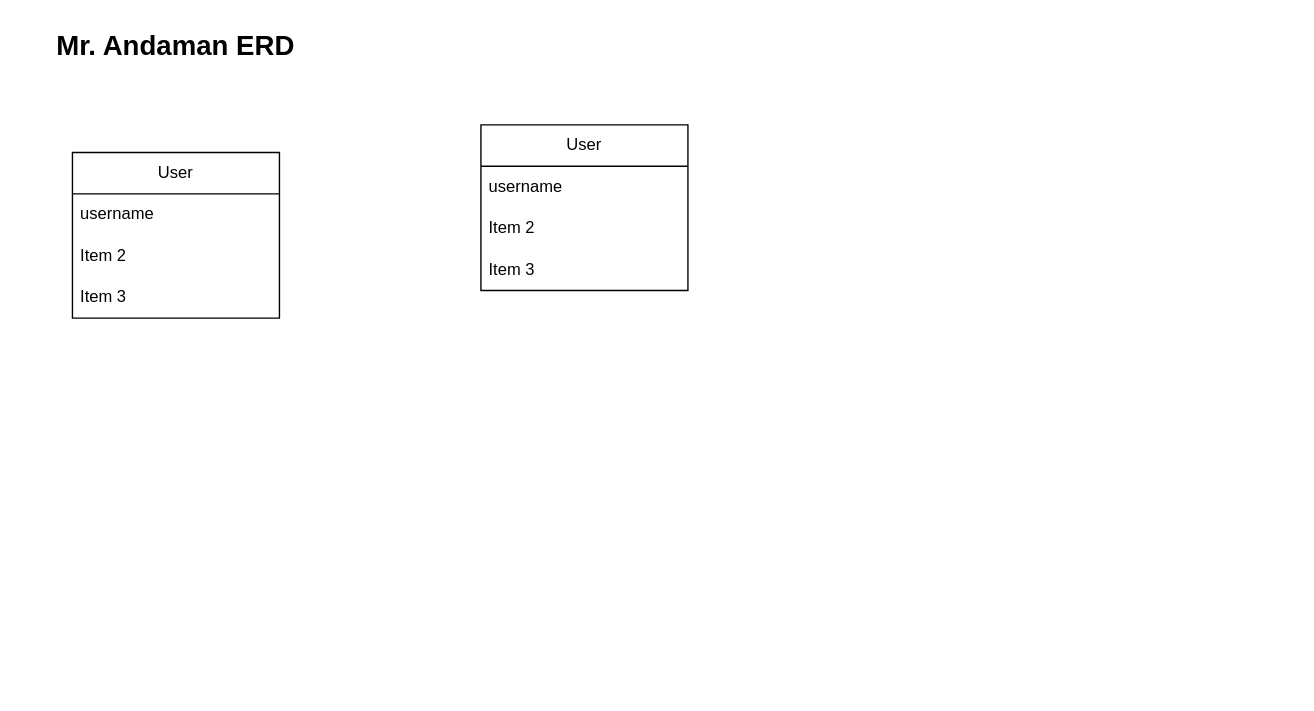
Earlier version of the draw.io diagram mr-andamam-ERD.drawio (thesun7385/Mr.-Andaman). Source tidied: cells renumbered, new cells numbered last; positions are measured from the earlier drawing's top-left corner, leaving out a move shared by most shapes. Both pictures are drawn from the tidied source at 138%, with x=0, y=0 at pixel (23, 23).
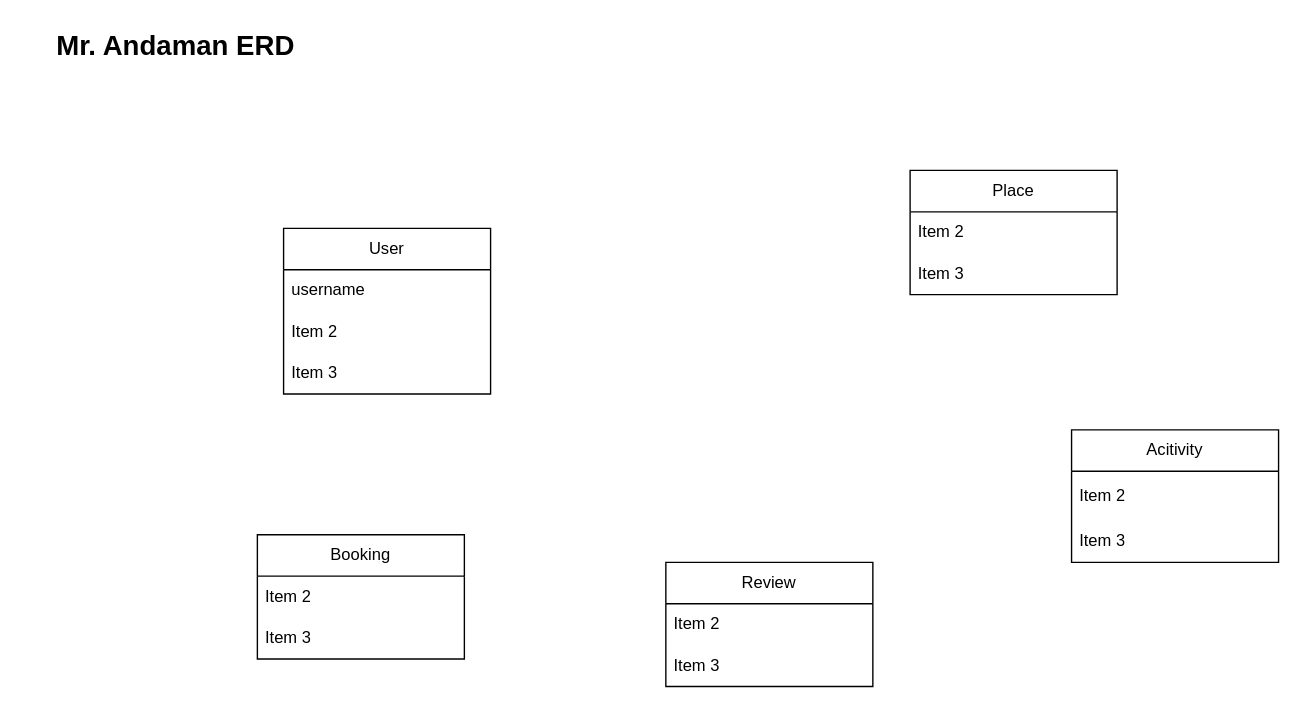
The same page after the edit.

Change to the diagram source:
```diff
@@
     <mxCell id="2" value="User" style="swimlane;fontStyle=0;horizontal=1;startSize=30;whiteSpace=wrap;html=1;" parent="1" vertex="1">
-      <mxGeometry x="35" y="93" width="150" height="120" as="geometry" />
+      <mxGeometry x="188" y="148" width="150" height="120" as="geometry" />
     </mxCell>
@@
-    <mxCell id="7" value="User" style="swimlane;fontStyle=0;horizontal=1;startSize=30;whiteSpace=wrap;html=1;" parent="1" vertex="1">
-      <mxGeometry x="331" y="73" width="150" height="120" as="geometry" />
+    <mxCell id="7" value="Place" style="swimlane;fontStyle=0;horizontal=1;startSize=30;whiteSpace=wrap;html=1;" parent="1" vertex="1">
+      <mxGeometry x="642" y="106" width="150" height="90" as="geometry" />
     </mxCell>
-    <mxCell id="8" value="username" style="text;strokeColor=none;fillColor=none;align=left;verticalAlign=middle;spacingLeft=4;spacingRight=4;overflow=hidden;whiteSpace=wrap;html=1;" parent="7" vertex="1">
-      <mxGeometry y="30" width="150" height="30" as="geometry" />
-    </mxCell>
     <mxCell id="9" value="Item 2" style="text;strokeColor=none;fillColor=none;align=left;verticalAlign=middle;spacingLeft=4;spacingRight=4;overflow=hidden;whiteSpace=wrap;html=1;" parent="7" vertex="1">
-      <mxGeometry y="60" width="150" height="30" as="geometry" />
+      <mxGeometry y="30" width="150" height="30" as="geometry" />
     </mxCell>
     <mxCell id="10" value="Item 3" style="text;strokeColor=none;fillColor=none;align=left;verticalAlign=middle;spacingLeft=4;spacingRight=4;overflow=hidden;points=[[0,0.5],[1,0.5]];portConstraint=eastwest;whiteSpace=wrap;html=1;" parent="7" vertex="1">
-      <mxGeometry y="90" width="150" height="30" as="geometry" />
+      <mxGeometry y="60" width="150" height="30" as="geometry" />
     </mxCell>
+    <mxCell id="11" style="edgeStyle=orthogonalEdgeStyle;rounded=0;orthogonalLoop=1;jettySize=auto;html=1;exitX=1;exitY=0.5;exitDx=0;exitDy=0;" parent="7" edge="1" source="10" target="10">
+      <mxGeometry relative="1" as="geometry" />
+    </mxCell>
+    <mxCell id="12" value="Acitivity" style="swimlane;fontStyle=0;horizontal=1;startSize=30;whiteSpace=wrap;html=1;" parent="1" vertex="1">
+      <mxGeometry x="759" y="294" width="150" height="96" as="geometry" />
+    </mxCell>
+    <mxCell id="13" value="Item 2" style="text;strokeColor=none;fillColor=none;align=left;verticalAlign=middle;spacingLeft=4;spacingRight=4;overflow=hidden;whiteSpace=wrap;html=1;" parent="12" vertex="1">
+      <mxGeometry y="30" width="150" height="36" as="geometry" />
+    </mxCell>
+    <mxCell id="14" value="Item 3" style="text;strokeColor=none;fillColor=none;align=left;verticalAlign=middle;spacingLeft=4;spacingRight=4;overflow=hidden;points=[[0,0.5],[1,0.5]];portConstraint=eastwest;whiteSpace=wrap;html=1;" parent="12" vertex="1">
+      <mxGeometry y="66" width="150" height="30" as="geometry" />
+    </mxCell>
+    <mxCell id="15" style="edgeStyle=orthogonalEdgeStyle;rounded=0;orthogonalLoop=1;jettySize=auto;html=1;exitX=1;exitY=0.5;exitDx=0;exitDy=0;" parent="12" edge="1" source="14" target="14">
+      <mxGeometry relative="1" as="geometry" />
+    </mxCell>
+    <mxCell id="16" value="Booking" style="swimlane;fontStyle=0;horizontal=1;startSize=30;whiteSpace=wrap;html=1;" parent="1" vertex="1">
+      <mxGeometry x="169" y="370" width="150" height="90" as="geometry" />
+    </mxCell>
+    <mxCell id="17" value="Item 2" style="text;strokeColor=none;fillColor=none;align=left;verticalAlign=middle;spacingLeft=4;spacingRight=4;overflow=hidden;whiteSpace=wrap;html=1;" parent="16" vertex="1">
+      <mxGeometry y="30" width="150" height="30" as="geometry" />
+    </mxCell>
+    <mxCell id="18" value="Item 3" style="text;strokeColor=none;fillColor=none;align=left;verticalAlign=middle;spacingLeft=4;spacingRight=4;overflow=hidden;points=[[0,0.5],[1,0.5]];portConstraint=eastwest;whiteSpace=wrap;html=1;" parent="16" vertex="1">
+      <mxGeometry y="60" width="150" height="30" as="geometry" />
+    </mxCell>
+    <mxCell id="19" style="edgeStyle=orthogonalEdgeStyle;rounded=0;orthogonalLoop=1;jettySize=auto;html=1;exitX=1;exitY=0.5;exitDx=0;exitDy=0;" parent="16" edge="1" source="18" target="18">
+      <mxGeometry relative="1" as="geometry" />
+    </mxCell>
+    <mxCell id="20" value="Review" style="swimlane;fontStyle=0;horizontal=1;startSize=30;whiteSpace=wrap;html=1;" parent="1" vertex="1">
+      <mxGeometry x="465" y="390" width="150" height="90" as="geometry" />
+    </mxCell>
+    <mxCell id="21" value="Item 2" style="text;strokeColor=none;fillColor=none;align=left;verticalAlign=middle;spacingLeft=4;spacingRight=4;overflow=hidden;whiteSpace=wrap;html=1;" parent="20" vertex="1">
+      <mxGeometry y="30" width="150" height="30" as="geometry" />
+    </mxCell>
+    <mxCell id="22" value="Item 3" style="text;strokeColor=none;fillColor=none;align=left;verticalAlign=middle;spacingLeft=4;spacingRight=4;overflow=hidden;points=[[0,0.5],[1,0.5]];portConstraint=eastwest;whiteSpace=wrap;html=1;" parent="20" vertex="1">
+      <mxGeometry y="60" width="150" height="30" as="geometry" />
+    </mxCell>
+    <mxCell id="23" style="edgeStyle=orthogonalEdgeStyle;rounded=0;orthogonalLoop=1;jettySize=auto;html=1;exitX=1;exitY=0.5;exitDx=0;exitDy=0;" parent="20" edge="1" source="22" target="22">
+      <mxGeometry relative="1" as="geometry" />
+    </mxCell>
```
